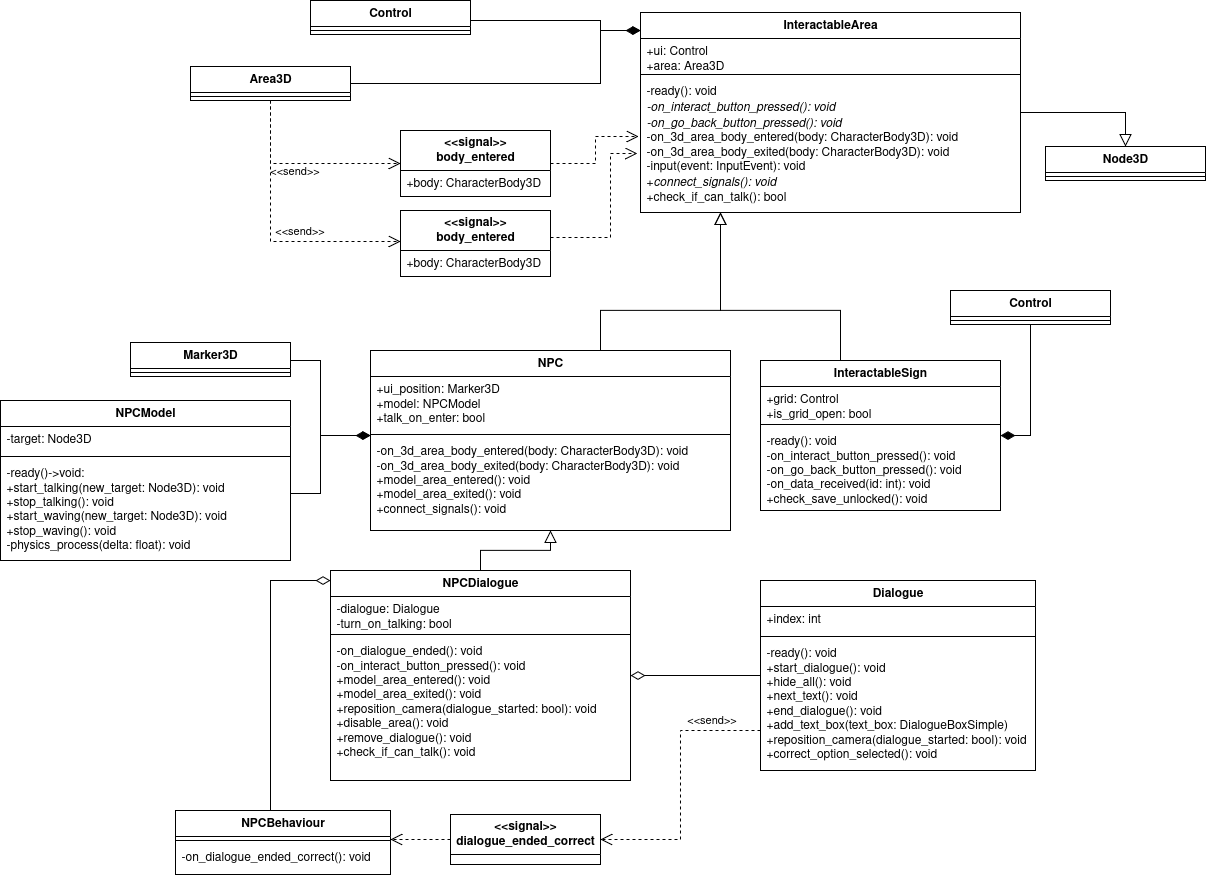
This is Documentazione/source/imgs/class-interactable.png from fliposab/ProgettoStage, a draw.io export, as it was before one commit. Source tidied: cells renumbered, new cells last; positions are measured from the earlier drawing's top-left corner, leaving out a move shared by most shapes.
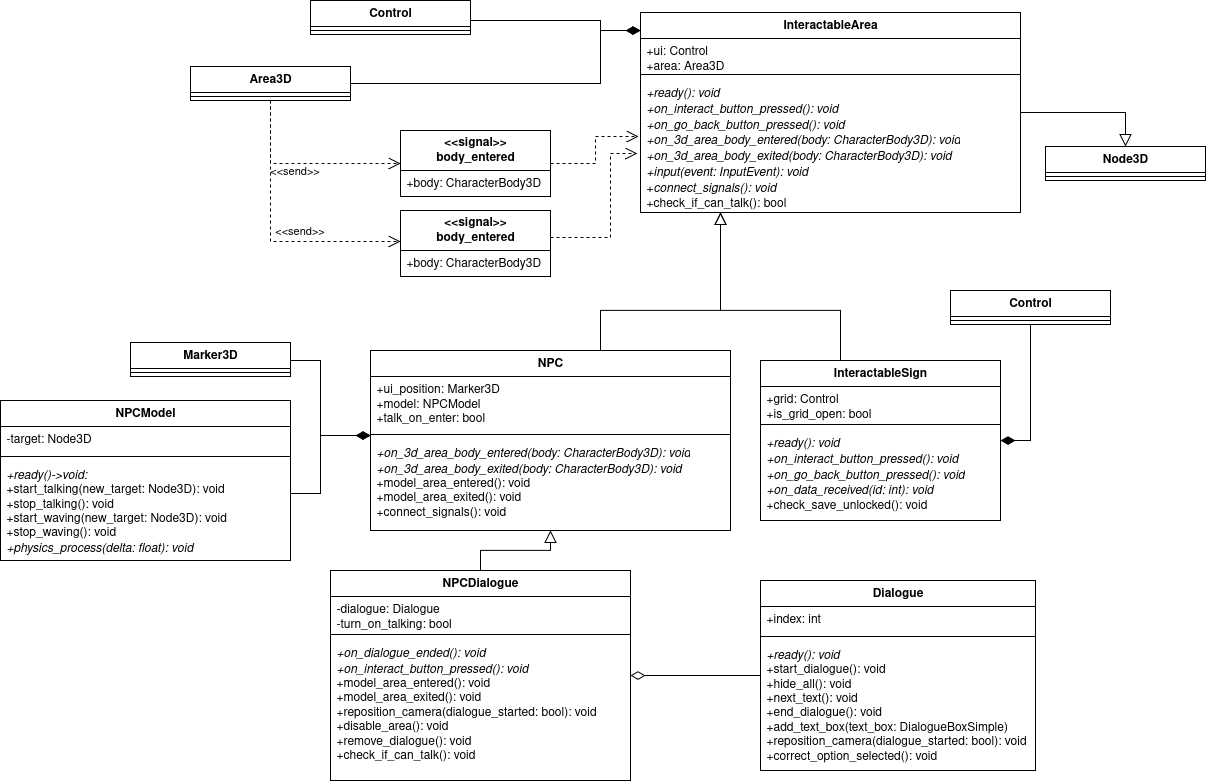
After the commit.

The edit, as a diff of the source:
```diff
@@ -19,7 +19,7 @@
     <mxCell id="5" style="line;strokeWidth=1;fillColor=none;align=left;verticalAlign=middle;spacingTop=-1;spacingLeft=3;spacingRight=3;labelPosition=right;strokeColor=inherit;" parent="3" vertex="1">
       <mxGeometry y="80" width="360" height="8" as="geometry" />
     </mxCell>
-    <mxCell id="6" value="&lt;div&gt;-on_3d_area_body_entered(body: CharacterBody3D): void&lt;/div&gt;&lt;div&gt;-on_3d_area_body_exited(body: CharacterBody3D): void&lt;/div&gt;&lt;div&gt;+model_area_entered(): void&lt;/div&gt;&lt;div&gt;+model_area_exited(): void&lt;/div&gt;&lt;div&gt;+connect_signals(): void&lt;/div&gt;" style="text;strokeColor=none;fillColor=none;align=left;verticalAlign=top;spacingLeft=4;spacingRight=4;overflow=hidden;whiteSpace=wrap;html=1;" parent="3" vertex="1">
+    <mxCell id="6" value="&lt;div&gt;&lt;i&gt;+on_3d_area_body_entered(body: CharacterBody3D): void&lt;/i&gt;&lt;/div&gt;&lt;div&gt;&lt;i&gt;+on_3d_area_body_exited(body: CharacterBody3D): void&lt;/i&gt;&lt;/div&gt;&lt;div&gt;+model_area_entered(): void&lt;/div&gt;&lt;div&gt;+model_area_exited(): void&lt;/div&gt;&lt;div&gt;+connect_signals(): void&lt;/div&gt;" style="text;strokeColor=none;fillColor=none;align=left;verticalAlign=top;spacingLeft=4;spacingRight=4;overflow=hidden;whiteSpace=wrap;html=1;" parent="3" vertex="1">
       <mxGeometry y="88" width="360" height="92" as="geometry" />
     </mxCell>
     <mxCell id="7" style="edgeStyle=orthogonalEdgeStyle;rounded=0;jettySize=auto;html=1;endArrow=diamondThin;endFill=1;endSize=12;" parent="1" edge="1" source="10" target="14">
@@ -63,7 +63,7 @@
     <mxCell id="16" style="line;strokeWidth=1;fillColor=none;align=left;verticalAlign=middle;spacingTop=-1;spacingLeft=3;spacingRight=3;labelPosition=right;strokeColor=inherit;" parent="14" vertex="1">
       <mxGeometry y="58" width="380" height="8" as="geometry" />
     </mxCell>
-    <mxCell id="17" value="&lt;div&gt;-ready(): void&lt;/div&gt;&lt;div&gt;&lt;i&gt;-on_interact_button_pressed(): void&lt;/i&gt;&lt;/div&gt;&lt;div&gt;&lt;i&gt;-on_go_back_button_pressed(): void&lt;/i&gt;&lt;/div&gt;&lt;div&gt;-on_3d_area_body_entered(body: CharacterBody3D): void&lt;/div&gt;&lt;div&gt;-on_3d_area_body_exited(body: CharacterBody3D): void&lt;/div&gt;&lt;div&gt;-input(event: InputEvent): void&lt;/div&gt;&lt;div&gt;+&lt;i&gt;connect_signals(): void&lt;/i&gt;&lt;/div&gt;&lt;div&gt;+check_if_can_talk(): bool&lt;/div&gt;" style="text;strokeColor=none;fillColor=none;align=left;verticalAlign=top;spacingLeft=4;spacingRight=4;overflow=hidden;points=[[0,0.5],[1,0.5]];portConstraint=eastwest;whiteSpace=wrap;html=1;" parent="14" vertex="1">
+    <mxCell id="17" value="&lt;div&gt;&lt;i&gt;+ready(): void&lt;/i&gt;&lt;/div&gt;&lt;div&gt;&lt;i&gt;+on_interact_button_pressed(): void&lt;/i&gt;&lt;/div&gt;&lt;div&gt;&lt;i&gt;+on_go_back_button_pressed(): void&lt;/i&gt;&lt;/div&gt;&lt;div&gt;&lt;i&gt;+on_3d_area_body_entered(body: CharacterBody3D): void&lt;/i&gt;&lt;/div&gt;&lt;div&gt;&lt;i&gt;+on_3d_area_body_exited(body: CharacterBody3D): void&lt;/i&gt;&lt;/div&gt;&lt;div&gt;&lt;i&gt;+input(event: InputEvent): void&lt;/i&gt;&lt;/div&gt;&lt;div&gt;+&lt;i&gt;connect_signals(): void&lt;/i&gt;&lt;/div&gt;&lt;div&gt;+check_if_can_talk(): bool&lt;/div&gt;" style="text;strokeColor=none;fillColor=none;align=left;verticalAlign=top;spacingLeft=4;spacingRight=4;overflow=hidden;points=[[0,0.5],[1,0.5]];portConstraint=eastwest;whiteSpace=wrap;html=1;" parent="14" vertex="1">
       <mxGeometry y="66" width="380" height="134" as="geometry" />
     </mxCell>
     <mxCell id="18" style="edgeStyle=orthogonalEdgeStyle;rounded=0;jettySize=auto;html=1;" parent="1" edge="1" source="19" target="3">
@@ -97,7 +97,7 @@
     <mxCell id="24" style="line;strokeWidth=1;fillColor=none;align=left;verticalAlign=middle;spacingTop=-1;spacingLeft=3;spacingRight=3;labelPosition=right;strokeColor=inherit;" parent="22" vertex="1">
       <mxGeometry y="52" width="290" height="8" as="geometry" />
     </mxCell>
-    <mxCell id="25" value="-ready()-&amp;gt;void:&lt;br&gt;+start_talking(new_target: Node3D): void&lt;br&gt;+stop_talking(): void&lt;br&gt;+start_waving(new_target: Node3D): void&lt;br&gt;+stop_waving(): void&lt;br&gt;-physics_process(delta: float): void" style="text;strokeColor=none;fillColor=none;align=left;verticalAlign=top;spacingLeft=4;spacingRight=4;overflow=hidden;whiteSpace=wrap;html=1;" parent="22" vertex="1">
+    <mxCell id="25" value="&lt;i&gt;+ready()-&amp;gt;void:&lt;/i&gt;&lt;br&gt;+start_talking(new_target: Node3D): void&lt;br&gt;+stop_talking(): void&lt;br&gt;+start_waving(new_target: Node3D): void&lt;br&gt;+stop_waving(): void&lt;br&gt;&lt;i&gt;+physics_process(delta: float): void&lt;/i&gt;" style="text;strokeColor=none;fillColor=none;align=left;verticalAlign=top;spacingLeft=4;spacingRight=4;overflow=hidden;whiteSpace=wrap;html=1;" parent="22" vertex="1">
       <mxGeometry y="60" width="290" height="100" as="geometry" />
     </mxCell>
     <mxCell id="26" style="edgeStyle=orthogonalEdgeStyle;rounded=0;jettySize=auto;html=1;entryX=0.5;entryY=1;entryDx=0;entryDy=0;endArrow=block;endFill=0;endSize=10;" parent="1" edge="1" source="27" target="3">
@@ -112,10 +112,10 @@
     <mxCell id="29" style="line;strokeWidth=1;fillColor=none;align=left;verticalAlign=middle;spacingTop=-1;spacingLeft=3;spacingRight=3;labelPosition=right;strokeColor=inherit;" parent="27" vertex="1">
       <mxGeometry y="60" width="300" height="8" as="geometry" />
     </mxCell>
-    <mxCell id="30" value="&lt;div&gt;-on_dialogue_ended(): void&lt;/div&gt;&lt;div&gt;-on_interact_button_pressed(): void&lt;/div&gt;&lt;div&gt;+model_area_entered(): void&lt;/div&gt;&lt;div&gt;+model_area_exited(): void&lt;/div&gt;&lt;div&gt;+reposition_camera(dialogue_started: bool): void&lt;/div&gt;&lt;div&gt;+disable_area(): void&lt;/div&gt;&lt;div&gt;+remove_dialogue(): void&lt;/div&gt;&lt;div&gt;+check_if_can_talk(): void&lt;/div&gt;&lt;div&gt;&lt;br&gt;&lt;/div&gt;" style="text;strokeColor=none;fillColor=none;align=left;verticalAlign=top;spacingLeft=4;spacingRight=4;overflow=hidden;whiteSpace=wrap;html=1;" parent="27" vertex="1">
+    <mxCell id="30" value="&lt;div&gt;&lt;i&gt;+on_dialogue_ended(): void&lt;/i&gt;&lt;/div&gt;&lt;div&gt;&lt;i&gt;+on_interact_button_pressed(): void&lt;/i&gt;&lt;/div&gt;&lt;div&gt;+model_area_entered(): void&lt;/div&gt;&lt;div&gt;+model_area_exited(): void&lt;/div&gt;&lt;div&gt;+reposition_camera(dialogue_started: bool): void&lt;/div&gt;&lt;div&gt;+disable_area(): void&lt;/div&gt;&lt;div&gt;+remove_dialogue(): void&lt;/div&gt;&lt;div&gt;+check_if_can_talk(): void&lt;/div&gt;&lt;div&gt;&lt;br&gt;&lt;/div&gt;" style="text;strokeColor=none;fillColor=none;align=left;verticalAlign=top;spacingLeft=4;spacingRight=4;overflow=hidden;whiteSpace=wrap;html=1;" parent="27" vertex="1">
       <mxGeometry y="68" width="300" height="142" as="geometry" />
     </mxCell>
-    <mxCell id="31" style="edgeStyle=orthogonalEdgeStyle;rounded=0;jettySize=auto;html=1;entryX=1;entryY=0.5;entryDx=0;entryDy=0;endArrow=diamondThin;endFill=0;endSize=12;" parent="1" edge="1" source="60" target="27">
+    <mxCell id="31" style="edgeStyle=orthogonalEdgeStyle;rounded=0;jettySize=auto;html=1;entryX=1;entryY=0.5;entryDx=0;entryDy=0;endArrow=diamondThin;endFill=0;endSize=12;" parent="1" edge="1" source="52" target="27">
       <mxGeometry relative="1" as="geometry" />
     </mxCell>
     <mxCell id="32" style="edgeStyle=orthogonalEdgeStyle;rounded=0;jettySize=auto;html=1;endArrow=block;endFill=0;endSize=10;" parent="1" edge="1" source="33" target="14">
@@ -127,7 +127,7 @@
       </mxGeometry>
     </mxCell>
     <mxCell id="33" value="InteractableSign" style="swimlane;fontStyle=1;align=center;verticalAlign=top;horizontal=1;startSize=26;whiteSpace=wrap;html=1;" parent="1" vertex="1">
-      <mxGeometry x="760" y="360" width="240" height="150" as="geometry" />
+      <mxGeometry x="760" y="360" width="240" height="160" as="geometry" />
     </mxCell>
     <mxCell id="34" value="&lt;div&gt;+grid: Control&lt;/div&gt;&lt;div&gt;+is_grid_open: bool&lt;/div&gt;" style="text;strokeColor=none;fillColor=none;align=left;verticalAlign=top;spacingLeft=4;spacingRight=4;overflow=hidden;whiteSpace=wrap;html=1;" parent="33" vertex="1">
       <mxGeometry y="26" width="240" height="34" as="geometry" />
@@ -135,8 +135,8 @@
     <mxCell id="35" style="line;strokeWidth=1;fillColor=none;align=left;verticalAlign=middle;spacingTop=-1;spacingLeft=3;spacingRight=3;labelPosition=right;strokeColor=inherit;" parent="33" vertex="1">
       <mxGeometry y="60" width="240" height="8" as="geometry" />
     </mxCell>
-    <mxCell id="36" value="&lt;div&gt;-ready(): void&lt;/div&gt;&lt;div&gt;-on_interact_button_pressed(): void&lt;/div&gt;&lt;div&gt;-on_go_back_button_pressed(): void&lt;/div&gt;&lt;div&gt;-on_data_received(id: int): void&lt;/div&gt;&lt;div&gt;+check_save_unlocked(): void&lt;/div&gt;" style="text;strokeColor=none;fillColor=none;align=left;verticalAlign=top;spacingLeft=4;spacingRight=4;overflow=hidden;whiteSpace=wrap;html=1;" parent="33" vertex="1">
-      <mxGeometry y="68" width="240" height="82" as="geometry" />
+    <mxCell id="36" value="&lt;div&gt;&lt;i&gt;+ready(): void&lt;/i&gt;&lt;/div&gt;&lt;div&gt;&lt;i&gt;+on_interact_button_pressed(): void&lt;/i&gt;&lt;/div&gt;&lt;div&gt;&lt;i&gt;+on_go_back_button_pressed(): void&lt;/i&gt;&lt;/div&gt;&lt;div&gt;&lt;i&gt;+on_data_received(id: int): void&lt;/i&gt;&lt;/div&gt;&lt;div&gt;+check_save_unlocked(): void&lt;/div&gt;" style="text;strokeColor=none;fillColor=none;align=left;verticalAlign=top;spacingLeft=4;spacingRight=4;overflow=hidden;whiteSpace=wrap;html=1;" parent="33" vertex="1">
+      <mxGeometry y="68" width="240" height="92" as="geometry" />
     </mxCell>
     <mxCell id="37" style="edgeStyle=orthogonalEdgeStyle;rounded=0;jettySize=auto;html=1;entryX=1;entryY=0.5;entryDx=0;entryDy=0;endSize=12;endArrow=diamondThin;endFill=1;" parent="1" edge="1" source="38" target="33">
       <mxGeometry relative="1" as="geometry" />
@@ -191,70 +191,30 @@
         </Array>
       </mxGeometry>
     </mxCell>
-    <mxCell id="49" value="&lt;div&gt;&lt;b&gt;&amp;lt;&amp;lt;signal&amp;gt;&amp;gt;&lt;/b&gt;&lt;/div&gt;&lt;div&gt;&lt;b&gt;dialogue_ended_correct&lt;/b&gt;&lt;/div&gt;" style="swimlane;fontStyle=0;horizontal=1;startSize=40;fillColor=none;whiteSpace=wrap;html=1;" parent="1" vertex="1">
-      <mxGeometry x="450" y="814" width="150" height="50" as="geometry" />
+    <mxCell id="49" style="edgeStyle=orthogonalEdgeStyle;rounded=0;jettySize=auto;html=1;endArrow=block;endFill=0;endSize=10;" parent="1" edge="1" source="14" target="50">
+      <mxGeometry relative="1" as="geometry">
+        <Array as="points">
+          <mxPoint x="1125" y="112" />
+        </Array>
+      </mxGeometry>
     </mxCell>
-    <mxCell id="50" style="edgeStyle=orthogonalEdgeStyle;rounded=0;jettySize=auto;html=1;endArrow=diamondThin;endFill=0;endSize=12;" parent="1" edge="1" source="51" target="27">
-      <mxGeometry relative="1" as="geometry">
-        <Array as="points">
-          <mxPoint x="270" y="580" />
-        </Array>
-      </mxGeometry>
+    <mxCell id="50" value="Node3D" style="swimlane;fontStyle=1;align=center;verticalAlign=top;horizontal=1;startSize=26;whiteSpace=wrap;html=1;" parent="1" vertex="1">
+      <mxGeometry x="1045" y="146" width="160" height="34" as="geometry" />
     </mxCell>
-    <mxCell id="51" value="&lt;div&gt;NPCBehaviour&lt;/div&gt;" style="swimlane;fontStyle=1;align=center;verticalAlign=top;horizontal=1;startSize=26;whiteSpace=wrap;html=1;" parent="1" vertex="1">
-      <mxGeometry x="175" y="810" width="215" height="64" as="geometry" />
+    <mxCell id="51" style="line;strokeWidth=1;fillColor=none;align=left;verticalAlign=middle;spacingTop=-1;spacingLeft=3;spacingRight=3;labelPosition=right;points=[];portConstraint=eastwest;strokeColor=inherit;" parent="50" vertex="1">
+      <mxGeometry y="26" width="160" height="8" as="geometry" />
     </mxCell>
-    <mxCell id="52" style="line;strokeWidth=1;fillColor=none;align=left;verticalAlign=middle;spacingTop=-1;spacingLeft=3;spacingRight=3;labelPosition=right;points=[];portConstraint=eastwest;strokeColor=inherit;" parent="51" vertex="1">
-      <mxGeometry y="26" width="215" height="8" as="geometry" />
+    <mxCell id="52" value="Dialogue" style="swimlane;fontStyle=1;align=center;verticalAlign=top;horizontal=1;startSize=26;whiteSpace=wrap;html=1;" parent="1" vertex="1">
+      <mxGeometry x="760" y="580" width="275" height="190" as="geometry" />
     </mxCell>
-    <mxCell id="53" value="-on_dialogue_ended_correct(): void" style="text;strokeColor=none;fillColor=none;align=left;verticalAlign=top;spacingLeft=4;spacingRight=4;overflow=hidden;whiteSpace=wrap;html=1;" parent="51" vertex="1">
-      <mxGeometry y="34" width="215" height="30" as="geometry" />
+    <mxCell id="53" value="+index: int" style="text;strokeColor=none;fillColor=none;align=left;verticalAlign=top;spacingLeft=4;spacingRight=4;overflow=hidden;whiteSpace=wrap;html=1;" parent="52" vertex="1">
+      <mxGeometry y="26" width="275" height="26" as="geometry" />
     </mxCell>
-    <mxCell id="54" style="edgeStyle=orthogonalEdgeStyle;rounded=0;jettySize=auto;html=1;dashed=1;endArrow=open;endFill=0;endSize=10;" parent="1" edge="1" source="60" target="49">
-      <mxGeometry relative="1" as="geometry">
-        <Array as="points">
-          <mxPoint x="680" y="730" />
-          <mxPoint x="680" y="839" />
-        </Array>
-      </mxGeometry>
+    <mxCell id="54" style="line;strokeWidth=1;fillColor=none;align=left;verticalAlign=middle;spacingTop=-1;spacingLeft=3;spacingRight=3;labelPosition=right;strokeColor=inherit;" parent="52" vertex="1">
+      <mxGeometry y="52" width="275" height="8" as="geometry" />
     </mxCell>
-    <mxCell id="55" value="&amp;lt;&amp;lt;send&amp;gt;&amp;gt;" style="edgeLabel;html=1;align=center;verticalAlign=middle;" parent="54" vertex="1">
-      <mxGeometry x="-0.38" y="-2" relative="1" as="geometry">
-        <mxPoint x="32" y="-14" as="offset" />
-      </mxGeometry>
+    <mxCell id="55" value="&lt;div&gt;&lt;i&gt;+ready(): void&lt;/i&gt;&lt;/div&gt;&lt;div&gt;+start_dialogue(): void&lt;/div&gt;&lt;div&gt;+hide_all(): void&lt;/div&gt;&lt;div&gt;+next_text(): void&lt;/div&gt;&lt;div&gt;+end_dialogue(): void&lt;/div&gt;&lt;div&gt;+add_text_box(text_box: DialogueBoxSimple)&lt;/div&gt;&lt;div&gt;+reposition_camera(dialogue_started: bool): void&lt;/div&gt;&lt;div&gt;+correct_option_selected(): void&lt;/div&gt;&lt;div&gt;&lt;br&gt;&lt;/div&gt;" style="text;strokeColor=none;fillColor=none;align=left;verticalAlign=top;spacingLeft=4;spacingRight=4;overflow=hidden;whiteSpace=wrap;html=1;" parent="52" vertex="1">
+      <mxGeometry y="60" width="275" height="130" as="geometry" />
     </mxCell>
-    <mxCell id="56" style="edgeStyle=orthogonalEdgeStyle;rounded=0;jettySize=auto;html=1;dashed=1;endArrow=open;endFill=0;endSize=10;" parent="1" edge="1" source="49" target="51">
-      <mxGeometry relative="1" as="geometry">
-        <Array as="points">
-          <mxPoint x="380" y="835" />
-          <mxPoint x="380" y="835" />
-        </Array>
-      </mxGeometry>
-    </mxCell>
-    <mxCell id="57" style="edgeStyle=orthogonalEdgeStyle;rounded=0;jettySize=auto;html=1;endArrow=block;endFill=0;endSize=10;" parent="1" edge="1" source="14" target="58">
-      <mxGeometry relative="1" as="geometry">
-        <Array as="points">
-          <mxPoint x="1125" y="112" />
-        </Array>
-      </mxGeometry>
-    </mxCell>
-    <mxCell id="58" value="Node3D" style="swimlane;fontStyle=1;align=center;verticalAlign=top;horizontal=1;startSize=26;whiteSpace=wrap;html=1;" parent="1" vertex="1">
-      <mxGeometry x="1045" y="146" width="160" height="34" as="geometry" />
-    </mxCell>
-    <mxCell id="59" style="line;strokeWidth=1;fillColor=none;align=left;verticalAlign=middle;spacingTop=-1;spacingLeft=3;spacingRight=3;labelPosition=right;strokeColor=inherit;" parent="58" vertex="1">
-      <mxGeometry y="26" width="160" height="8" as="geometry" />
-    </mxCell>
-    <mxCell id="60" value="Dialogue" style="swimlane;fontStyle=1;align=center;verticalAlign=top;horizontal=1;startSize=26;whiteSpace=wrap;html=1;" parent="1" vertex="1">
-      <mxGeometry x="760" y="580" width="275" height="190" as="geometry" />
-    </mxCell>
-    <mxCell id="61" value="+index: int" style="text;strokeColor=none;fillColor=none;align=left;verticalAlign=top;spacingLeft=4;spacingRight=4;overflow=hidden;whiteSpace=wrap;html=1;" parent="60" vertex="1">
-      <mxGeometry y="26" width="275" height="26" as="geometry" />
-    </mxCell>
-    <mxCell id="62" style="line;strokeWidth=1;fillColor=none;align=left;verticalAlign=middle;spacingTop=-1;spacingLeft=3;spacingRight=3;labelPosition=right;strokeColor=inherit;" parent="60" vertex="1">
-      <mxGeometry y="52" width="275" height="8" as="geometry" />
-    </mxCell>
-    <mxCell id="63" value="&lt;div&gt;-ready(): void&lt;/div&gt;&lt;div&gt;+start_dialogue(): void&lt;/div&gt;&lt;div&gt;+hide_all(): void&lt;/div&gt;&lt;div&gt;+next_text(): void&lt;/div&gt;&lt;div&gt;+end_dialogue(): void&lt;/div&gt;&lt;div&gt;+add_text_box(text_box: DialogueBoxSimple)&lt;/div&gt;&lt;div&gt;+reposition_camera(dialogue_started: bool): void&lt;/div&gt;&lt;div&gt;+correct_option_selected(): void&lt;/div&gt;&lt;div&gt;&lt;br&gt;&lt;/div&gt;" style="text;strokeColor=none;fillColor=none;align=left;verticalAlign=top;spacingLeft=4;spacingRight=4;overflow=hidden;whiteSpace=wrap;html=1;" parent="60" vertex="1">
-      <mxGeometry y="60" width="275" height="130" as="geometry" />
-    </mxCell>
   </root>
 </mxGraphModel>
```
